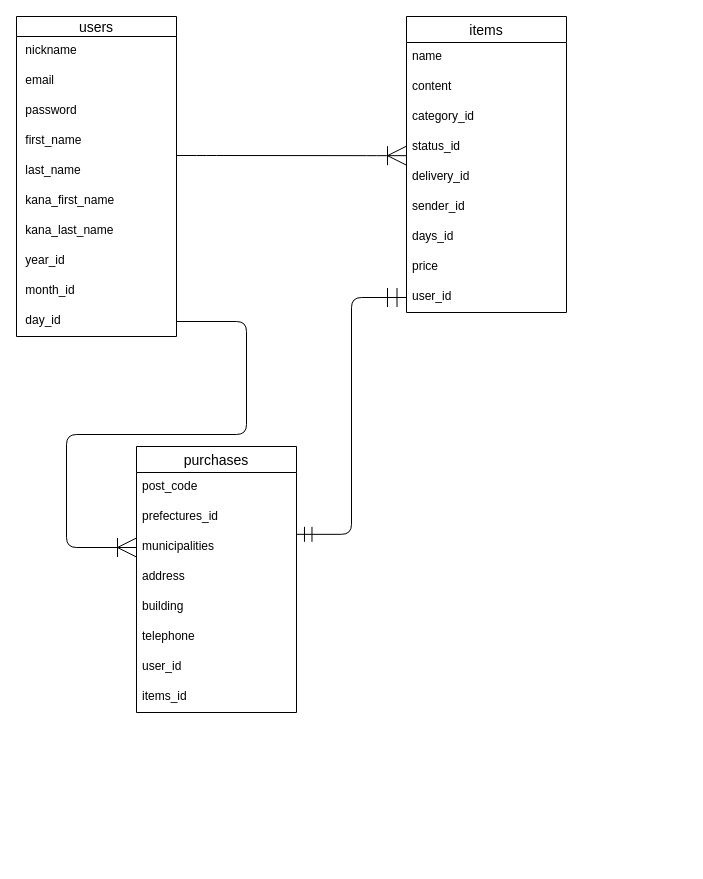
Above: furima.dio in YuyaAbe0331/furima-39120 (draw.io), before the change. Source tidied: cells renumbered, new cells numbered last; positions are measured from the earlier drawing's top-left corner, leaving out a move shared by most shapes. Both pictures are drawn from the tidied source at 100%, with x=0, y=0 at pixel (16, 16).
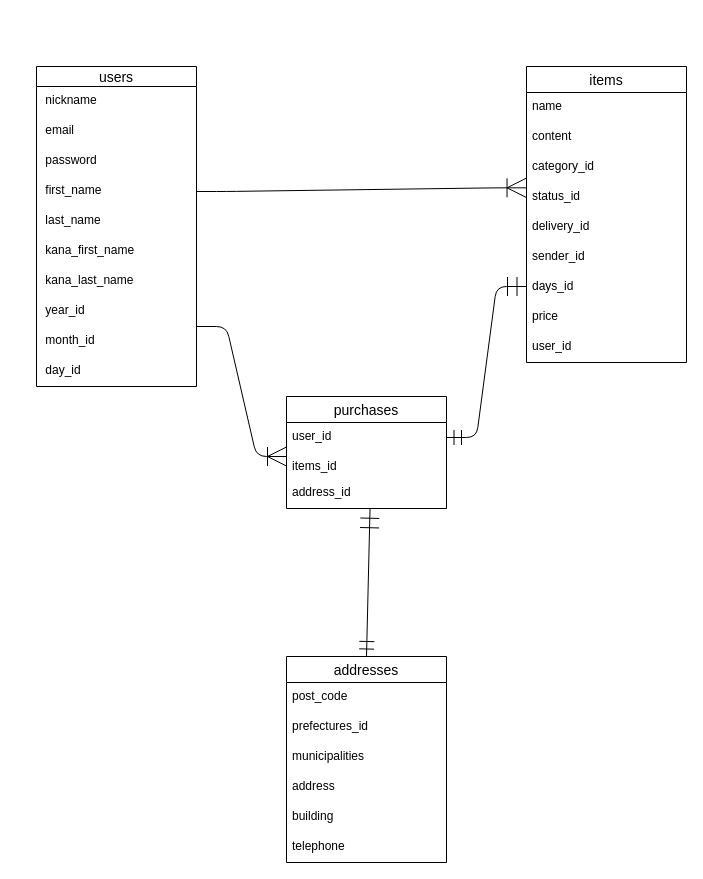
Above is the later version.

Commit message (it also covers changes not shown here):
データベース設計の修正

Unchanged cells that the change refers to:
```xml
<mxCell id="6" value=" first_name" style="text;strokeColor=none;fillColor=none;spacingLeft=4;spacingRight=4;overflow=hidden;points=[[0,0.5],[1,0.5]];portConstraint=eastwest;fontSize=12;" parent="2" vertex="1">
  <mxGeometry y="110" width="160" height="30" as="geometry" />
</mxCell>
<mxCell id="12" value=" day_id" style="text;strokeColor=none;fillColor=none;spacingLeft=4;spacingRight=4;overflow=hidden;points=[[0,0.5],[1,0.5]];portConstraint=eastwest;fontSize=12;" parent="2" vertex="1">
  <mxGeometry y="290" width="160" height="30" as="geometry" />
</mxCell>
<mxCell id="17" value="status_id" style="text;strokeColor=none;fillColor=none;spacingLeft=4;spacingRight=4;overflow=hidden;points=[[0,0.5],[1,0.5]];portConstraint=eastwest;fontSize=12;" parent="13" vertex="1">
  <mxGeometry y="116" width="160" height="30" as="geometry" />
</mxCell>
<mxCell id="22" value="user_id" style="text;strokeColor=none;fillColor=none;spacingLeft=4;spacingRight=4;overflow=hidden;points=[[0,0.5],[1,0.5]];portConstraint=eastwest;fontSize=12;" parent="13" vertex="1">
  <mxGeometry y="266" width="160" height="30" as="geometry" />
</mxCell>
<mxCell id="27" value="municipalities" style="text;strokeColor=none;fillColor=none;spacingLeft=4;spacingRight=4;overflow=hidden;points=[[0,0.5],[1,0.5]];portConstraint=eastwest;fontSize=12;" parent="24" vertex="1">
  <mxGeometry y="86" width="160" height="30" as="geometry" />
</mxCell>
```

Change to the diagram source:
```diff
@@
     <mxCell id="2" value="users" style="swimlane;fontStyle=0;horizontal=1;startSize=20;align=center;fontSize=14;" parent="1" vertex="1">
-      <mxGeometry width="160" height="320" as="geometry" />
+      <mxGeometry x="20" y="50" width="160" height="320" as="geometry" />
     </mxCell>
@@
     <mxCell id="13" value="items" style="swimlane;fontStyle=0;horizontal=1;startSize=26;align=center;fontSize=14;" parent="1" vertex="1">
-      <mxGeometry x="390" width="160" height="296" as="geometry" />
+      <mxGeometry x="510" y="50" width="160" height="296" as="geometry" />
     </mxCell>
@@
-    <mxCell id="23" style="edgeStyle=entityRelationEdgeStyle;fontSize=12;html=1;endArrow=ERoneToMany;entryX=0;entryY=0.772;entryDx=0;entryDy=0;entryPerimeter=0;endSize=17;" parent="1" edge="1" target="17">
-      <mxGeometry relative="1" as="geometry">
-        <mxPoint x="160" y="139" as="sourcePoint" />
-      </mxGeometry>
+    <mxCell id="23" style="edgeStyle=entityRelationEdgeStyle;fontSize=12;html=1;endArrow=ERoneToMany;entryX=-0.003;entryY=0.178;entryDx=0;entryDy=0;entryPerimeter=0;endSize=17;exitX=1;exitY=0.5;exitDx=0;exitDy=0;" parent="1" edge="1" source="6" target="17">
+      <mxGeometry relative="1" as="geometry" />
     </mxCell>
-    <mxCell id="24" value="purchases" style="swimlane;fontStyle=0;horizontal=1;startSize=26;align=center;fontSize=14;" parent="1" vertex="1">
-      <mxGeometry x="120" y="430" width="160" height="266" as="geometry" />
+    <mxCell id="24" value="addresses" style="swimlane;fontStyle=0;horizontal=1;startSize=26;align=center;fontSize=14;" parent="1" vertex="1">
+      <mxGeometry x="270" y="640" width="160" height="206" as="geometry" />
     </mxCell>
@@
+    <mxCell id="35" value="purchases" style="swimlane;fontStyle=0;horizontal=1;startSize=26;align=center;fontSize=14;" parent="1" vertex="1">
+      <mxGeometry x="270" y="380" width="160" height="112" as="geometry" />
+    </mxCell>
-    <mxCell id="31" value="user_id" style="text;strokeColor=none;fillColor=none;spacingLeft=4;spacingRight=4;overflow=hidden;points=[[0,0.5],[1,0.5]];portConstraint=eastwest;fontSize=12;" parent="24" vertex="1">
-      <mxGeometry y="206" width="160" height="30" as="geometry" />
+    <mxCell id="31" value="user_id" style="text;strokeColor=none;fillColor=none;spacingLeft=4;spacingRight=4;overflow=hidden;points=[[0,0.5],[1,0.5]];portConstraint=eastwest;fontSize=12;" parent="35" vertex="1">
+      <mxGeometry y="26" width="160" height="30" as="geometry" />
     </mxCell>
-    <mxCell id="32" value="items_id" style="text;strokeColor=none;fillColor=none;spacingLeft=4;spacingRight=4;overflow=hidden;fontSize=12;" parent="24" vertex="1">
-      <mxGeometry y="236" width="160" height="30" as="geometry" />
+    <mxCell id="32" value="items_id" style="text;strokeColor=none;fillColor=none;spacingLeft=4;spacingRight=4;overflow=hidden;fontSize=12;" parent="35" vertex="1">
+      <mxGeometry y="56" width="160" height="26" as="geometry" />
     </mxCell>
-    <mxCell id="33" style="edgeStyle=orthogonalEdgeStyle;fontSize=12;html=1;endArrow=ERoneToMany;endSize=17;entryX=0;entryY=0.5;entryDx=0;entryDy=0;jumpStyle=none;exitX=1;exitY=0.5;exitDx=0;exitDy=0;" parent="1" edge="1" source="12" target="27">
-      <mxGeometry relative="1" as="geometry">
-        <Array as="points">
-          <mxPoint x="230" y="305" />
-          <mxPoint x="230" y="418" />
-          <mxPoint x="50" y="418" />
-          <mxPoint x="50" y="531" />
-        </Array>
-      </mxGeometry>
-    </mxCell>
-    <mxCell id="34" style="fontSize=12;html=1;endArrow=ERmandOne;startArrow=ERmandOne;endSize=17;entryX=0;entryY=0.5;entryDx=0;entryDy=0;startSize=13;edgeStyle=elbowEdgeStyle;exitX=1.003;exitY=0.061;exitDx=0;exitDy=0;exitPerimeter=0;" parent="1" edge="1" source="27" target="22">
-      <mxGeometry relative="1" as="geometry" />
-    </mxCell>
+    <mxCell id="36" value="address_id" style="text;strokeColor=none;fillColor=none;spacingLeft=4;spacingRight=4;overflow=hidden;points=[[0,0.5],[1,0.5]];portConstraint=eastwest;fontSize=12;" parent="35" vertex="1">
+      <mxGeometry y="82" width="160" height="30" as="geometry" />
+    </mxCell>
+    <mxCell id="37" style="edgeStyle=entityRelationEdgeStyle;fontSize=12;html=1;endArrow=ERoneToMany;startSize=13;endSize=17;jumpStyle=none;" parent="1" edge="1">
+      <mxGeometry relative="1" as="geometry">
+        <mxPoint x="180" y="310" as="sourcePoint" />
+        <mxPoint x="270" y="440" as="targetPoint" />
+      </mxGeometry>
+    </mxCell>
+    <mxCell id="38" style="edgeStyle=entityRelationEdgeStyle;fontSize=12;html=1;endArrow=ERmandOne;startArrow=ERmandOne;startSize=13;endSize=17;jumpStyle=none;exitX=1;exitY=0.5;exitDx=0;exitDy=0;" parent="1" edge="1" source="31">
+      <mxGeometry relative="1" as="geometry">
+        <mxPoint x="510" y="270" as="targetPoint" />
+      </mxGeometry>
+    </mxCell>
+    <mxCell id="39" style="fontSize=12;html=1;endArrow=ERmandOne;startArrow=ERmandOne;startSize=13;endSize=17;jumpStyle=none;exitX=0.5;exitY=0;exitDx=0;exitDy=0;entryX=0.522;entryY=1.008;entryDx=0;entryDy=0;entryPerimeter=0;" parent="1" edge="1" source="24" target="36">
+      <mxGeometry relative="1" as="geometry" />
+    </mxCell>
```
